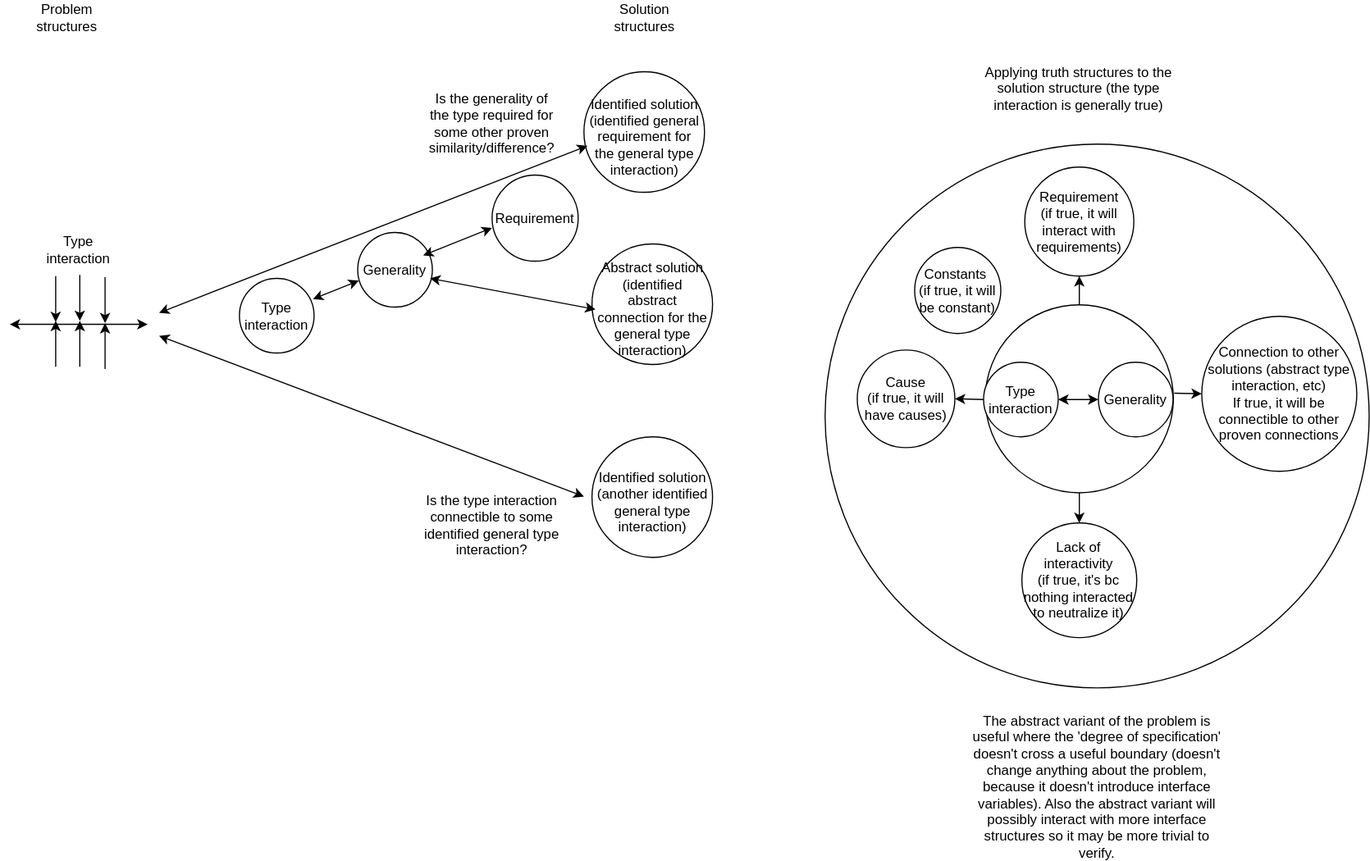
Before: docs/objects/proof_derivation_graphs.drawio.svg, a diagram exported from draw.io (outdreamer/build-a-cure). Source tidied: cells renumbered, new cells last; positions are measured from the earlier drawing's top-left corner, leaving out a move shared by most shapes.
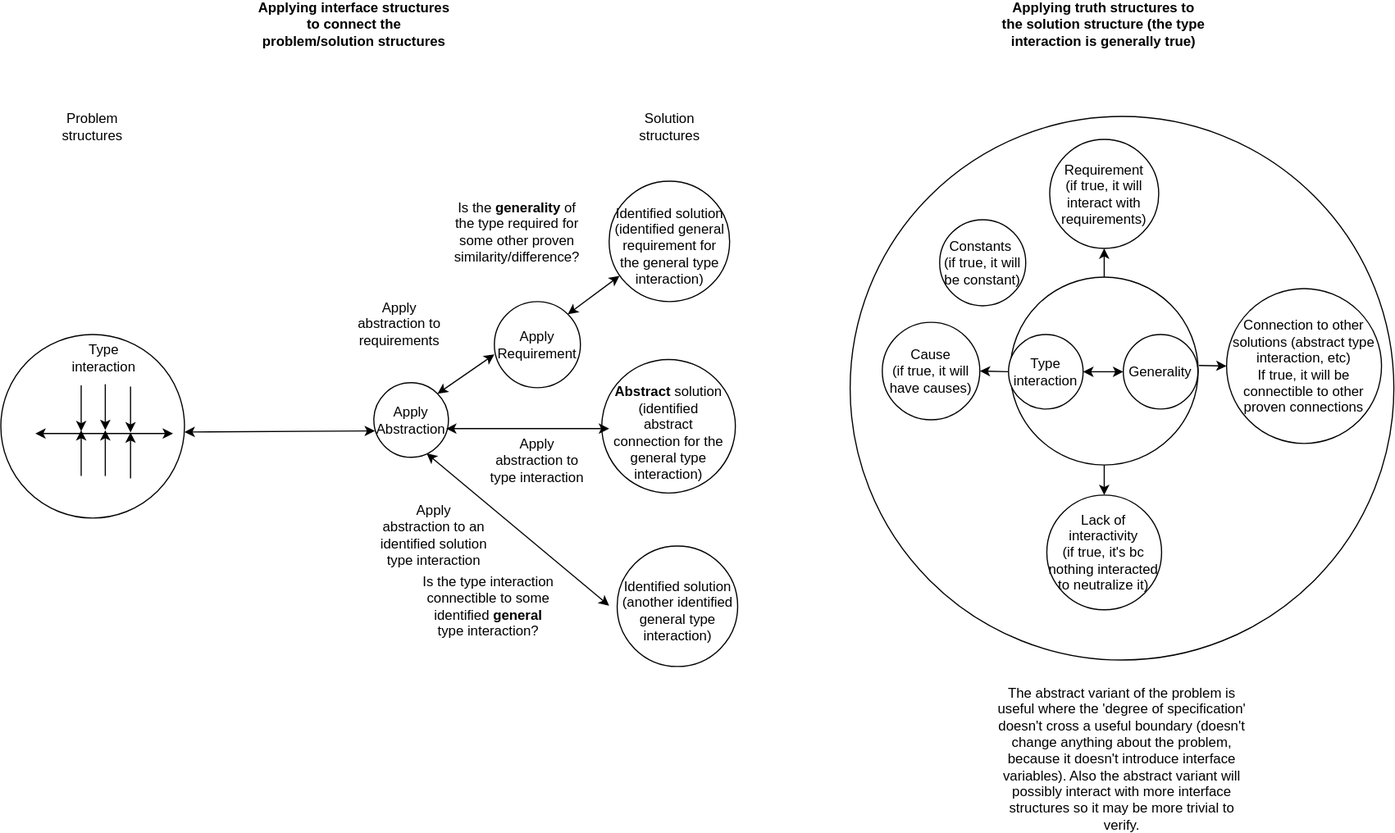
After the change.

What changed in the source:
```diff
@@ -2,6 +2,9 @@
   <root>
     <mxCell id="0" />
     <mxCell id="1" parent="0" />
+    <mxCell id="44" style="ellipse;whiteSpace=wrap;html=1;" parent="1" vertex="1">
+      <mxGeometry x="-30" y="315" width="160" height="160" as="geometry" />
+    </mxCell>
     <mxCell id="2" style="ellipse;whiteSpace=wrap;html=1;" parent="1" vertex="1">
       <mxGeometry x="710" y="125" width="473.8" height="473.8" as="geometry" />
     </mxCell>
@@ -9,101 +12,92 @@
       <mxGeometry x="849.5" y="265" width="163.8" height="163.8" as="geometry" />
     </mxCell>
     <mxCell id="4" style="ellipse;whiteSpace=wrap;html=1;" parent="1" vertex="1">
-      <mxGeometry x="507" y="380" width="105" height="105" as="geometry" />
+      <mxGeometry x="507" y="499.4" width="105" height="105" as="geometry" />
     </mxCell>
     <mxCell id="5" style="endArrow=classic;html=1;rounded=0;" parent="1" edge="1">
       <mxGeometry relative="1" as="geometry">
-        <mxPoint x="40" y="240" as="sourcePoint" />
-        <mxPoint x="40" y="280" as="targetPoint" />
+        <mxPoint x="40" y="359.4" as="sourcePoint" />
+        <mxPoint x="40" y="399.4" as="targetPoint" />
       </mxGeometry>
     </mxCell>
     <mxCell id="6" style="endArrow=classic;html=1;rounded=0;" parent="1" edge="1">
       <mxGeometry relative="1" as="geometry">
-        <mxPoint x="40" y="319" as="sourcePoint" />
-        <mxPoint x="40" y="279" as="targetPoint" />
+        <mxPoint x="40" y="438.4" as="sourcePoint" />
+        <mxPoint x="40" y="398.4" as="targetPoint" />
       </mxGeometry>
     </mxCell>
     <mxCell id="7" style="endArrow=classic;html=1;rounded=0;" parent="1" edge="1">
       <mxGeometry relative="1" as="geometry">
-        <mxPoint x="61" y="239" as="sourcePoint" />
-        <mxPoint x="61" y="279" as="targetPoint" />
+        <mxPoint x="61" y="358.4" as="sourcePoint" />
+        <mxPoint x="61" y="398.4" as="targetPoint" />
       </mxGeometry>
     </mxCell>
     <mxCell id="8" style="endArrow=classic;html=1;rounded=0;" parent="1" edge="1">
       <mxGeometry relative="1" as="geometry">
-        <mxPoint x="61" y="319" as="sourcePoint" />
-        <mxPoint x="61" y="279" as="targetPoint" />
+        <mxPoint x="61" y="438.4" as="sourcePoint" />
+        <mxPoint x="61" y="398.4" as="targetPoint" />
       </mxGeometry>
     </mxCell>
     <mxCell id="9" style="endArrow=classic;html=1;rounded=0;" parent="1" edge="1">
       <mxGeometry relative="1" as="geometry">
-        <mxPoint x="83" y="241" as="sourcePoint" />
-        <mxPoint x="83" y="281" as="targetPoint" />
+        <mxPoint x="83" y="360.4" as="sourcePoint" />
+        <mxPoint x="83" y="400.4" as="targetPoint" />
       </mxGeometry>
     </mxCell>
     <mxCell id="10" style="endArrow=classic;html=1;rounded=0;" parent="1" edge="1">
       <mxGeometry relative="1" as="geometry">
-        <mxPoint x="83" y="321" as="sourcePoint" />
-        <mxPoint x="83" y="281" as="targetPoint" />
+        <mxPoint x="83" y="440.4" as="sourcePoint" />
+        <mxPoint x="83" y="400.4" as="targetPoint" />
       </mxGeometry>
     </mxCell>
     <mxCell id="11" style="endArrow=classic;startArrow=classic;html=1;rounded=0;" parent="1" edge="1">
       <mxGeometry relative="1" as="geometry">
-        <mxPoint y="282" as="sourcePoint" />
-        <mxPoint x="120" y="282" as="targetPoint" />
+        <mxPoint y="401.4" as="sourcePoint" />
+        <mxPoint x="120" y="401.4" as="targetPoint" />
       </mxGeometry>
     </mxCell>
     <mxCell id="12" value="Type interaction" style="text;html=1;strokeColor=none;fillColor=none;align=center;verticalAlign=middle;whiteSpace=wrap;rounded=0;" parent="1" vertex="1">
-      <mxGeometry x="30" y="202" width="60" height="30" as="geometry" />
+      <mxGeometry x="30" y="321.4" width="60" height="30" as="geometry" />
     </mxCell>
-    <mxCell id="13" value="Is the generality of the type required for some other proven similarity/difference?" style="text;html=1;strokeColor=none;fillColor=none;align=center;verticalAlign=middle;whiteSpace=wrap;rounded=0;" parent="1" vertex="1">
-      <mxGeometry x="390" y="92" width="60" height="30" as="geometry" />
+    <mxCell id="13" value="Is the &lt;b&gt;generality&lt;/b&gt; of the type required for some other proven similarity/difference?" style="text;html=1;strokeColor=none;fillColor=none;align=center;verticalAlign=middle;whiteSpace=wrap;rounded=0;" parent="1" vertex="1">
+      <mxGeometry x="390" y="211.4" width="60" height="30" as="geometry" />
     </mxCell>
-    <mxCell id="14" value="Is the type interaction connectible to some identified general type interaction?" style="text;html=1;strokeColor=none;fillColor=none;align=center;verticalAlign=middle;whiteSpace=wrap;rounded=0;" parent="1" vertex="1">
-      <mxGeometry x="360" y="442" width="120" height="30" as="geometry" />
+    <mxCell id="14" value="Is the type interaction connectible to some identified &lt;b&gt;general&lt;/b&gt; type interaction?" style="text;html=1;strokeColor=none;fillColor=none;align=center;verticalAlign=middle;whiteSpace=wrap;rounded=0;" parent="1" vertex="1">
+      <mxGeometry x="335" y="536.9" width="120" height="30" as="geometry" />
     </mxCell>
     <mxCell id="15" value="Identified solution (another identified general type interaction)" style="text;html=1;strokeColor=none;fillColor=none;align=center;verticalAlign=middle;whiteSpace=wrap;rounded=0;" parent="1" vertex="1">
-      <mxGeometry x="510" y="422" width="100" height="30" as="geometry" />
+      <mxGeometry x="510" y="541.4" width="100" height="30" as="geometry" />
     </mxCell>
-    <mxCell id="16" style="endArrow=classic;startArrow=classic;html=1;rounded=0;" parent="1" edge="1">
+    <mxCell id="16" style="endArrow=classic;startArrow=classic;html=1;rounded=0;exitX=0.708;exitY=0.948;exitDx=0;exitDy=0;exitPerimeter=0;" parent="1" edge="1" source="23">
       <mxGeometry relative="1" as="geometry">
-        <mxPoint x="130" y="292" as="sourcePoint" />
-        <mxPoint x="500" y="432" as="targetPoint" />
+        <mxPoint x="500" y="551.4" as="targetPoint" />
       </mxGeometry>
     </mxCell>
     <mxCell id="17" style="ellipse;whiteSpace=wrap;html=1;" parent="1" vertex="1">
-      <mxGeometry x="500" y="62" width="105" height="105" as="geometry" />
+      <mxGeometry x="500" y="181.4" width="105" height="105" as="geometry" />
     </mxCell>
     <mxCell id="18" value="Identified solution (identified general requirement for the general type interaction)" style="text;html=1;strokeColor=none;fillColor=none;align=center;verticalAlign=middle;whiteSpace=wrap;rounded=0;" parent="1" vertex="1">
-      <mxGeometry x="503" y="104" width="100" height="30" as="geometry" />
+      <mxGeometry x="503" y="223.4" width="100" height="30" as="geometry" />
     </mxCell>
-    <mxCell id="19" style="endArrow=classic;startArrow=classic;html=1;rounded=0;entryX=0;entryY=0.75;entryDx=0;entryDy=0;" parent="1" edge="1" target="18">
-      <mxGeometry relative="1" as="geometry">
-        <mxPoint x="130" y="272" as="sourcePoint" />
-      </mxGeometry>
-    </mxCell>
     <mxCell id="20" value="Problem&lt;br&gt;structures" style="text;html=1;strokeColor=none;fillColor=none;align=center;verticalAlign=middle;whiteSpace=wrap;rounded=0;" parent="1" vertex="1">
-      <mxGeometry x="20" width="60" height="30" as="geometry" />
+      <mxGeometry x="20" y="119.4" width="60" height="30" as="geometry" />
     </mxCell>
     <mxCell id="21" value="Solution structures" style="text;html=1;strokeColor=none;fillColor=none;align=center;verticalAlign=middle;whiteSpace=wrap;rounded=0;" parent="1" vertex="1">
-      <mxGeometry x="522.5" width="60" height="30" as="geometry" />
+      <mxGeometry x="522.5" y="119.4" width="60" height="30" as="geometry" />
     </mxCell>
-    <mxCell id="22" value="Requirement" style="ellipse;whiteSpace=wrap;html=1;" parent="1" vertex="1">
-      <mxGeometry x="420" y="152" width="75" height="75" as="geometry" />
+    <mxCell id="22" value="Apply&lt;br&gt;Requirement" style="ellipse;whiteSpace=wrap;html=1;" parent="1" vertex="1">
+      <mxGeometry x="400" y="286.4" width="75" height="75" as="geometry" />
     </mxCell>
-    <mxCell id="23" value="Generality" style="ellipse;whiteSpace=wrap;html=1;" parent="1" vertex="1">
-      <mxGeometry x="303" y="202" width="65" height="65" as="geometry" />
+    <mxCell id="23" value="Apply&lt;br&gt;Abstraction" style="ellipse;whiteSpace=wrap;html=1;" parent="1" vertex="1">
+      <mxGeometry x="295" y="357.1" width="65" height="65" as="geometry" />
     </mxCell>
-    <mxCell id="24" value="Type interaction" style="ellipse;whiteSpace=wrap;html=1;" parent="1" vertex="1">
-      <mxGeometry x="200" y="242" width="65" height="65" as="geometry" />
-    </mxCell>
-    <mxCell id="25" style="endArrow=classic;startArrow=classic;html=1;rounded=0;exitX=0.985;exitY=0.277;exitDx=0;exitDy=0;exitPerimeter=0;entryX=0.015;entryY=0.646;entryDx=0;entryDy=0;entryPerimeter=0;" parent="1" edge="1" source="24" target="23">
-      <mxGeometry relative="1" as="geometry" />
+    <mxCell id="25" style="endArrow=classic;startArrow=classic;html=1;rounded=0;entryX=0.015;entryY=0.646;entryDx=0;entryDy=0;entryPerimeter=0;" parent="1" edge="1" target="23">
+      <mxGeometry relative="1" as="geometry">
+        <mxPoint x="130" y="400" as="sourcePoint" />
+      </mxGeometry>
     </mxCell>
-    <mxCell id="26" style="endArrow=classic;startArrow=classic;html=1;rounded=0;entryX=0;entryY=0.613;entryDx=0;entryDy=0;entryPerimeter=0;" parent="1" edge="1" target="22">
-      <mxGeometry relative="1" as="geometry">
-        <mxPoint x="360" y="222" as="sourcePoint" />
-      </mxGeometry>
+    <mxCell id="26" style="endArrow=classic;startArrow=classic;html=1;rounded=0;entryX=0;entryY=0.613;entryDx=0;entryDy=0;entryPerimeter=0;exitX=1;exitY=0;exitDx=0;exitDy=0;" parent="1" edge="1" source="23" target="22">
+      <mxGeometry relative="1" as="geometry" />
     </mxCell>
     <mxCell id="27" value="Generality" style="ellipse;whiteSpace=wrap;html=1;" parent="1" vertex="1">
       <mxGeometry x="948" y="315" width="65" height="65" as="geometry" />
@@ -145,16 +139,31 @@
       <mxGeometry x="788" y="215" width="75" height="75" as="geometry" />
     </mxCell>
     <mxCell id="40" style="ellipse;whiteSpace=wrap;html=1;" parent="1" vertex="1">
-      <mxGeometry x="507" y="212" width="105" height="105" as="geometry" />
+      <mxGeometry x="493.6" y="336.8" width="116.4" height="116.4" as="geometry" />
     </mxCell>
-    <mxCell id="41" value="Abstract solution (identified abstract connection for the general type interaction)" style="text;html=1;strokeColor=none;fillColor=none;align=center;verticalAlign=middle;whiteSpace=wrap;rounded=0;" parent="1" vertex="1">
-      <mxGeometry x="510" y="254" width="100" height="30" as="geometry" />
+    <mxCell id="41" value="&lt;b&gt;Abstract&lt;/b&gt; solution (identified abstract connection for the general type interaction)" style="text;html=1;strokeColor=none;fillColor=none;align=center;verticalAlign=middle;whiteSpace=wrap;rounded=0;" parent="1" vertex="1">
+      <mxGeometry x="501.8" y="385.7" width="100" height="30" as="geometry" />
     </mxCell>
-    <mxCell id="42" value="Applying truth structures to the solution structure (the type interaction is generally true)" style="text;html=1;strokeColor=none;fillColor=none;align=center;verticalAlign=middle;whiteSpace=wrap;rounded=0;" parent="1" vertex="1">
-      <mxGeometry x="841.4" y="62" width="180" height="30" as="geometry" />
+    <mxCell id="42" value="Applying truth structures to the solution structure (the type interaction is generally true)" style="text;html=1;strokeColor=none;fillColor=none;align=center;verticalAlign=middle;whiteSpace=wrap;rounded=0;fontStyle=1;" parent="1" vertex="1">
+      <mxGeometry x="841.4" y="30" width="180" height="30" as="geometry" />
     </mxCell>
-    <mxCell id="43" style="endArrow=classic;startArrow=classic;html=1;rounded=0;entryX=0;entryY=0.5;entryDx=0;entryDy=0;exitX=0.969;exitY=0.615;exitDx=0;exitDy=0;exitPerimeter=0;" parent="1" edge="1" source="23" target="41">
+    <mxCell id="43" style="endArrow=classic;startArrow=classic;html=1;rounded=0;exitX=0.969;exitY=0.615;exitDx=0;exitDy=0;exitPerimeter=0;entryX=0.055;entryY=0.518;entryDx=0;entryDy=0;entryPerimeter=0;" parent="1" edge="1" source="23" target="40">
       <mxGeometry relative="1" as="geometry" />
     </mxCell>
+    <mxCell id="45" value="Applying interface structures to connect the problem/solution structures" style="text;html=1;strokeColor=none;fillColor=none;align=center;verticalAlign=middle;whiteSpace=wrap;rounded=0;fontStyle=1;" parent="1" vertex="1">
+      <mxGeometry x="188" y="30" width="180" height="30" as="geometry" />
+    </mxCell>
+    <mxCell id="46" style="endArrow=classic;startArrow=classic;html=1;rounded=0;exitX=1;exitY=0;exitDx=0;exitDy=0;entryX=0.086;entryY=0.787;entryDx=0;entryDy=0;entryPerimeter=0;" parent="1" edge="1" source="22" target="17">
+      <mxGeometry relative="1" as="geometry" />
+    </mxCell>
+    <mxCell id="47" value="Apply&lt;br&gt;abstraction to requirements" style="text;html=1;strokeColor=none;fillColor=none;align=center;verticalAlign=middle;whiteSpace=wrap;rounded=0;" parent="1" vertex="1">
+      <mxGeometry x="270" y="291.4" width="95" height="30" as="geometry" />
+    </mxCell>
+    <mxCell id="48" value="Apply&lt;br&gt;abstraction to type interaction" style="text;html=1;strokeColor=none;fillColor=none;align=center;verticalAlign=middle;whiteSpace=wrap;rounded=0;" parent="1" vertex="1">
+      <mxGeometry x="390" y="410" width="95" height="30" as="geometry" />
+    </mxCell>
+    <mxCell id="49" value="Apply&lt;br&gt;abstraction to an identified solution type interaction" style="text;html=1;strokeColor=none;fillColor=none;align=center;verticalAlign=middle;whiteSpace=wrap;rounded=0;" parent="1" vertex="1">
+      <mxGeometry x="290" y="475" width="115" height="30" as="geometry" />
+    </mxCell>
   </root>
 </mxGraphModel>
```
